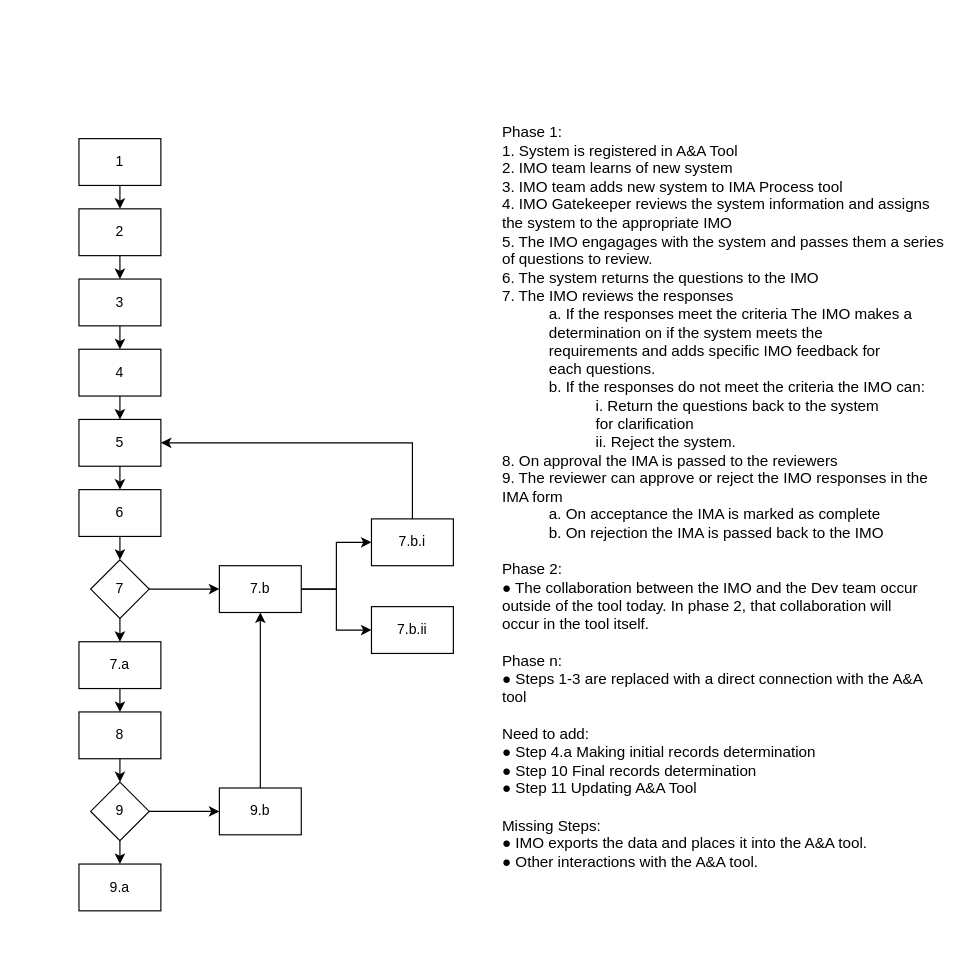
This is page "IMA Process" (1 of 5) of Drawings/Workflows.drawio from flare891/rmslow, a draw.io file, before an edit. Source tidied: cells renumbered, new cells numbered last; positions are measured from the earlier drawing's top-left corner, leaving out a move shared by most shapes. Both pictures are drawn from the tidied source at 117%, with x=0, y=0 at pixel (78, 115).
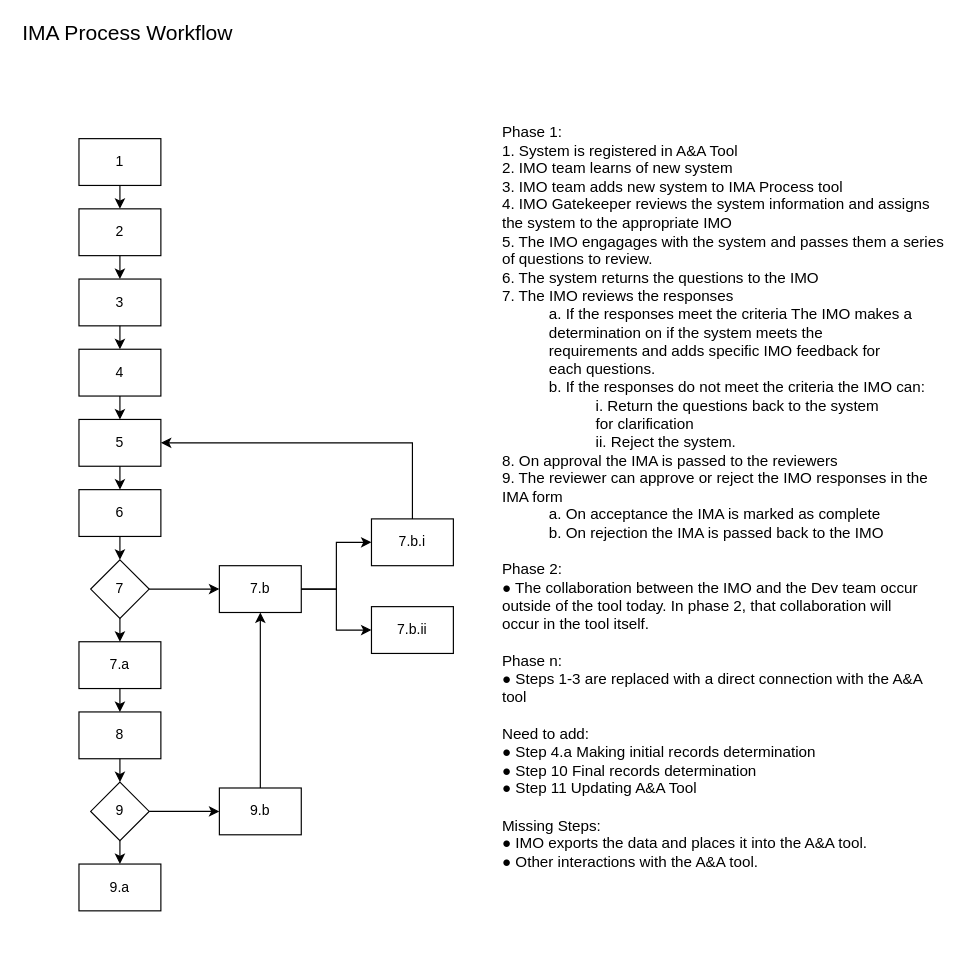
After the change.

Diff of the diagram source:
```diff
@@
+    <mxCell id="34" value="IMA Process Workflow" style="text;html=1;strokeColor=none;fillColor=none;align=left;verticalAlign=middle;whiteSpace=wrap;rounded=0;fontSize=18;" parent="1" vertex="1">
+      <mxGeometry x="-50" y="-80" width="200" height="20" as="geometry" />
+    </mxCell>
```
